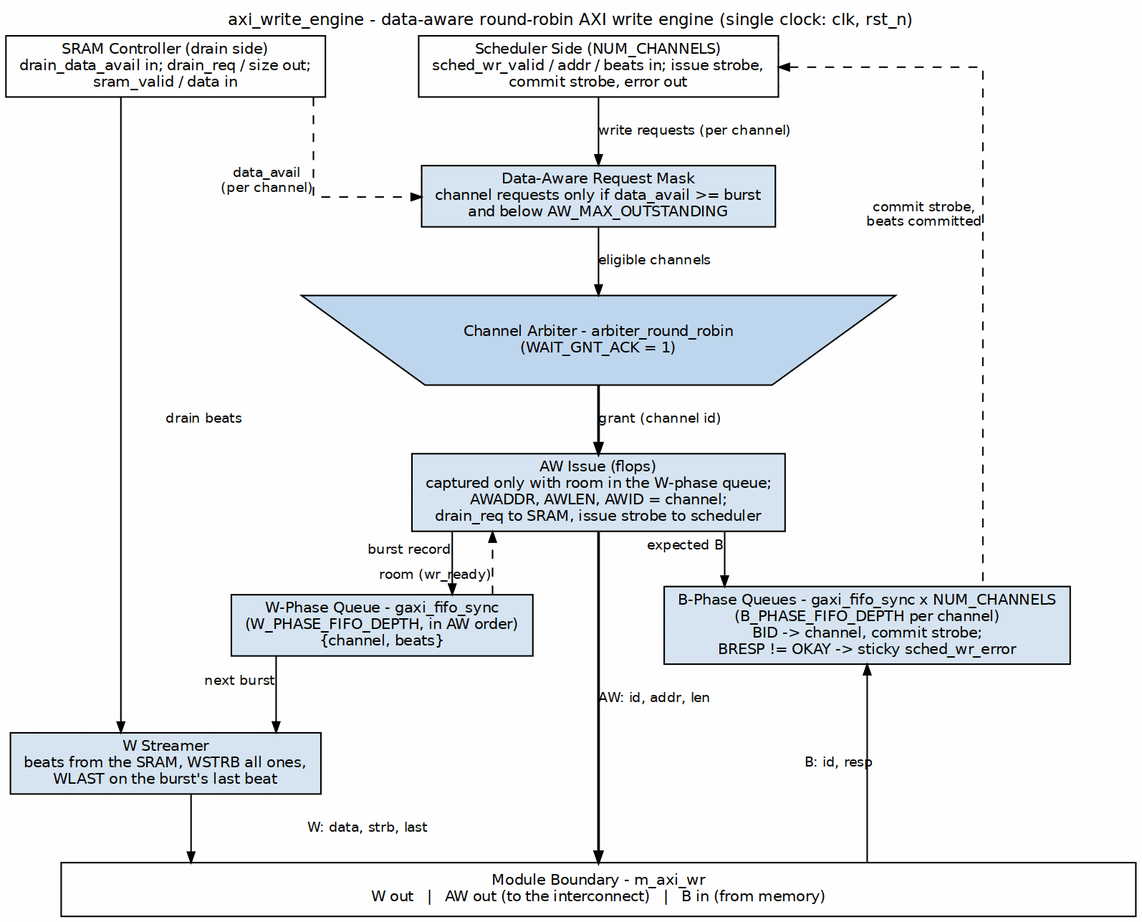
The Graphviz diagram projects/components/dma-ip/stream/docs/stream_mas/assets/graphviz/10_axi_write_engine.png in sean-galloway/RTLDesignSherpa, before a commit. Its source is kept beside it as projects/components/dma-ip/stream/docs/stream_mas/assets/graphviz/10_axi_write_engine.dot.
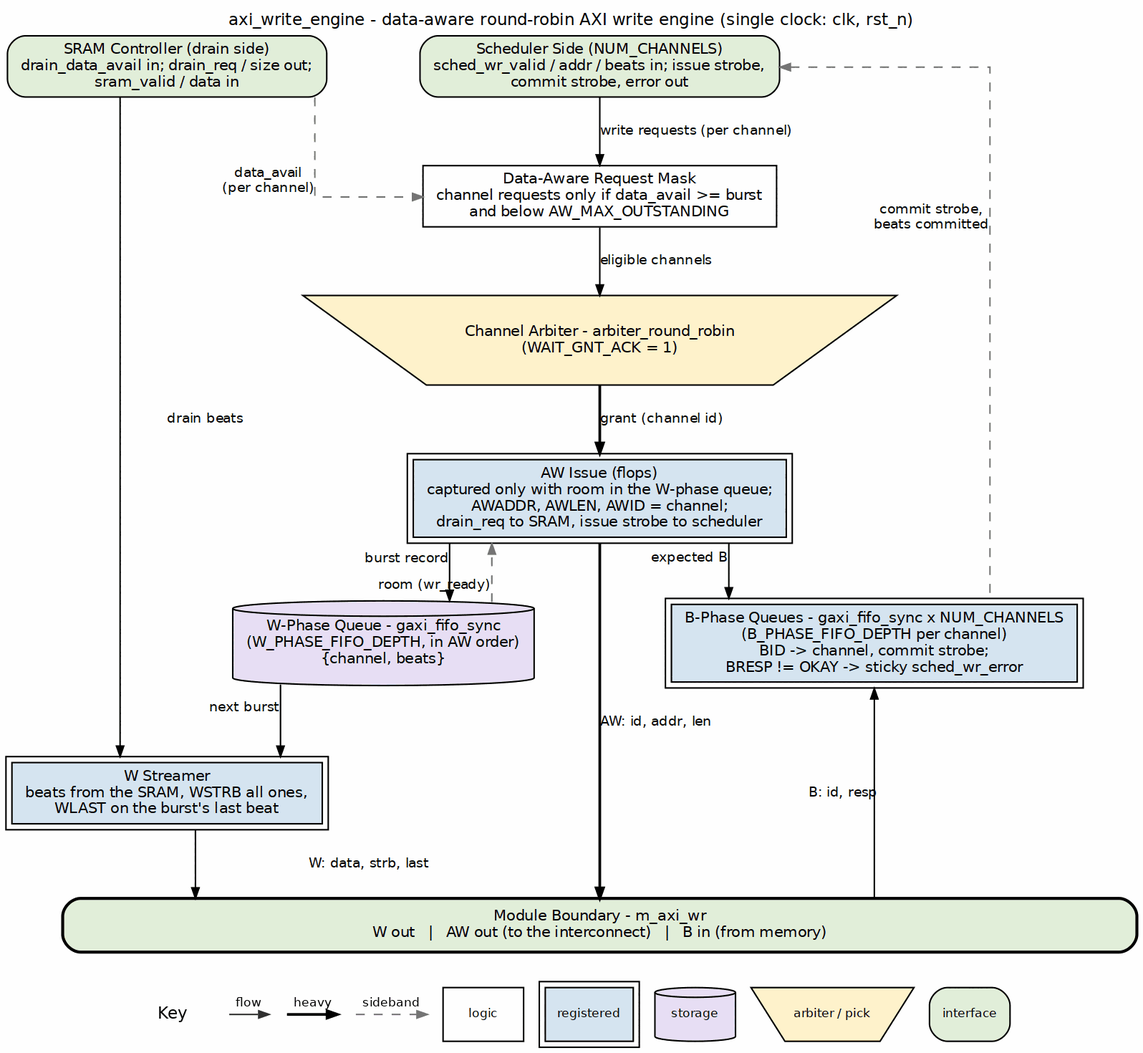
Above is the later version.

The edit, as a diff of the source:
```diff
@@ -4,34 +4,34 @@
            label="axi_write_engine - data-aware round-robin AXI write engine (single clock: clk, rst_n)",
            labelloc=t, labeljust=c];
     node  [fontname="Helvetica", fontsize=10, shape=box, style=filled,
-           fillcolor="#D6E4F0", color="black", margin="0.12,0.06"];
+           fillcolor="white", color="black", margin="0.12,0.06"];
     edge  [fontname="Helvetica", fontsize=9, color="black", arrowsize=0.7];
 
-    sram  [label="SRAM Controller (drain side)\ndrain_data_avail in; drain_req / size out;\nsram_valid / data in", fillcolor="white", group=L];
-    sched [label="Scheduler Side (NUM_CHANNELS)\nsched_wr_valid / addr / beats in; issue strobe,\ncommit strobe, error out", fillcolor="white", group=C];
+    sram  [label="SRAM Controller (drain side)\ndrain_data_avail in; drain_req / size out;\nsram_valid / data in", fillcolor="white", group=L, style="rounded,filled", fillcolor="#E2EFDA"];
+    sched [label="Scheduler Side (NUM_CHANNELS)\nsched_wr_valid / addr / beats in; issue strobe,\ncommit strobe, error out", fillcolor="white", group=C, style="rounded,filled", fillcolor="#E2EFDA"];
 
-    mask  [label="Data-Aware Request Mask\nchannel requests only if data_avail >= burst\nand below AW_MAX_OUTSTANDING", group=C];
-    arb   [label="Channel Arbiter - arbiter_round_robin\n(WAIT_GNT_ACK = 1)", shape=invtrapezium, width=4.6, fillcolor="#BFD7EE", group=C];
-    aw    [label="AW Issue (flops)\ncaptured only with room in the W-phase queue;\nAWADDR, AWLEN, AWID = channel;\ndrain_req to SRAM, issue strobe to scheduler", group=C];
-    wph   [label="W-Phase Queue - gaxi_fifo_sync\n(W_PHASE_FIFO_DEPTH, in AW order)\n{channel, beats}", group=M];
-    wgen  [label="W Streamer\nbeats from the SRAM, WSTRB all ones,\nWLAST on the burst's last beat", group=L];
-    bph   [label="B-Phase Queues - gaxi_fifo_sync x NUM_CHANNELS\n(B_PHASE_FIFO_DEPTH per channel)\nBID -> channel, commit strobe;\nBRESP != OKAY -> sticky sched_wr_error", group=R];
+    mask  [label="Data-Aware Request Mask\nchannel requests only if data_avail >= burst\nand below AW_MAX_OUTSTANDING", group=C, style="filled", fillcolor="white"];
+    arb   [label="Channel Arbiter - arbiter_round_robin\n(WAIT_GNT_ACK = 1)", shape=invtrapezium, width=4.6, fillcolor="#BFD7EE", group=C, style="filled", fillcolor="#FFF2CC"];
+    aw    [label="AW Issue (flops)\ncaptured only with room in the W-phase queue;\nAWADDR, AWLEN, AWID = channel;\ndrain_req to SRAM, issue strobe to scheduler", group=C, peripheries=2, style="filled", fillcolor="#D6E4F0"];
+    wph   [label="W-Phase Queue - gaxi_fifo_sync\n(W_PHASE_FIFO_DEPTH, in AW order)\n{channel, beats}", group=M, shape=cylinder, style="filled", fillcolor="#E8DFF5"];
+    wgen  [label="W Streamer\nbeats from the SRAM, WSTRB all ones,\nWLAST on the burst's last beat", group=L, peripheries=2, style="filled", fillcolor="#D6E4F0"];
+    bph   [label="B-Phase Queues - gaxi_fifo_sync x NUM_CHANNELS\n(B_PHASE_FIFO_DEPTH per channel)\nBID -> channel, commit strobe;\nBRESP != OKAY -> sticky sched_wr_error", group=R, peripheries=2, style="filled", fillcolor="#D6E4F0"];
 
-    bar [label="Module Boundary - m_axi_wr\nW out   |   AW out (to the interconnect)   |   B in (from memory)", fillcolor="white", width=10.0, group=C];
+    bar [label="Module Boundary - m_axi_wr\nW out   |   AW out (to the interconnect)   |   B in (from memory)", fillcolor="white", width=10.0, group=C, style="rounded,filled,bold", fillcolor="#E2EFDA"];
 
     sched -> mask [label="write requests (per channel)"];
-    sram  -> mask [style=dashed, xlabel="data_avail\n(per channel)"];
+    sram  -> mask [style=dashed, color="#777777", xlabel="data_avail\n(per channel)"];
     mask  -> arb  [label="eligible channels"];
     arb   -> aw   [label="grant (channel id)", penwidth=1.8];
     aw    -> wph  [xlabel="burst record"];
-    wph   -> aw   [style=dashed, constraint=false, xlabel="room (wr_ready)"];
+    wph   -> aw   [style=dashed, color="#777777", constraint=false, xlabel="room (wr_ready)"];
     aw    -> bph  [xlabel="expected B"];
     wph   -> wgen [xlabel="next burst"];
     sram  -> wgen [label="drain beats"];
     wgen  -> bar  [label="W: data, strb, last"];
     aw    -> bar  [label="AW: id, addr, len", penwidth=1.8];
     bph   -> bar  [dir=back, label="B: id, resp"];
-    sched -> bph  [dir=back, style=dashed, constraint=false, xlabel="commit strobe,\nbeats committed"];
+    sched -> bph  [dir=back, style=dashed, color="#777777", constraint=false, xlabel="commit strobe,\nbeats committed"];
 
     { rank=same; sram; sched; }
     sram -> sched [style=invis];
```
